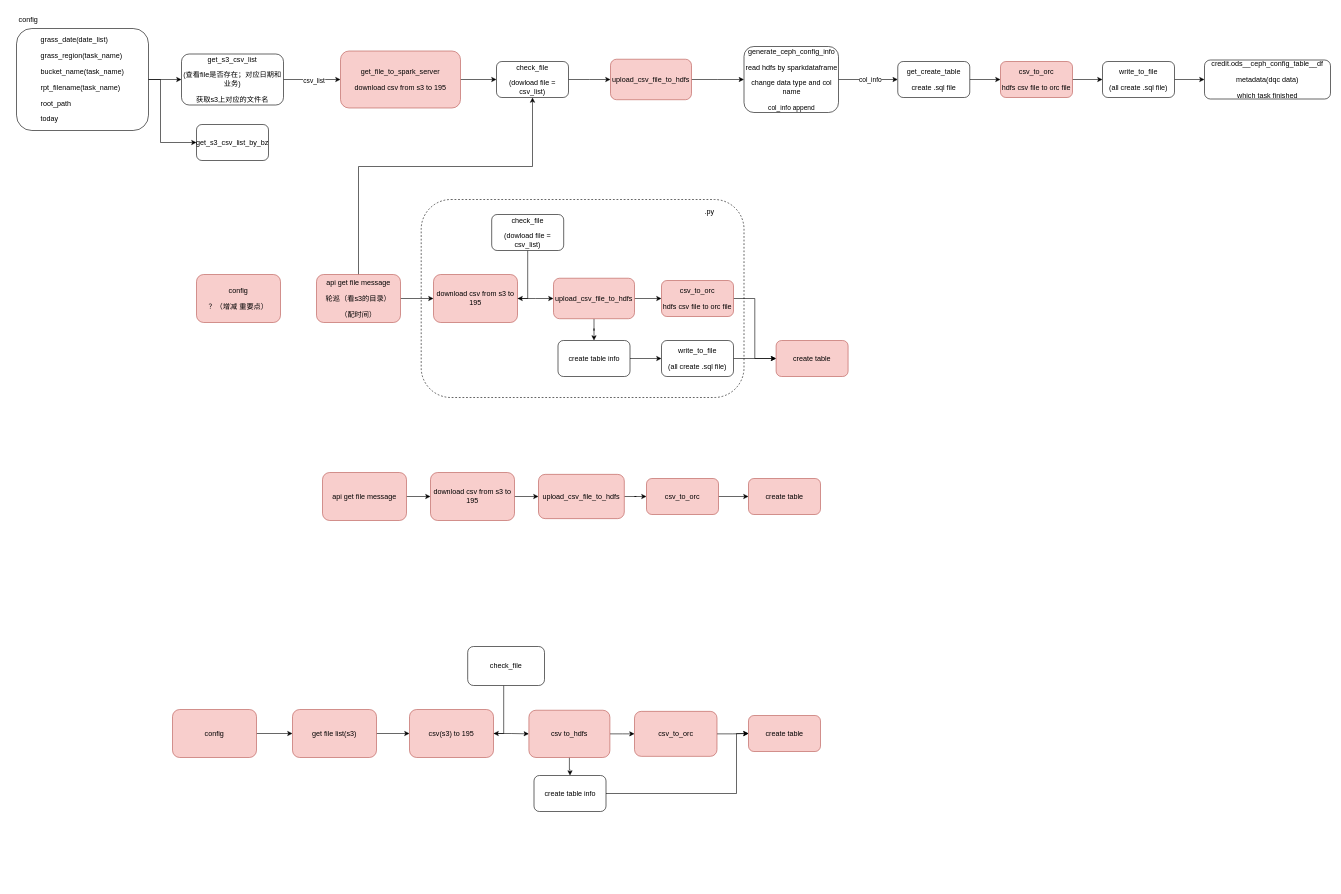
This is s3file.drawio from a490888602/draw, a draw.io file, before an edit. Source tidied: cells renumbered, new cells numbered last; positions are measured from the earlier drawing's top-left corner, leaving out a move shared by most shapes. Both pictures are drawn from the tidied source at 60%, with x=0, y=0 at pixel (10, 10).
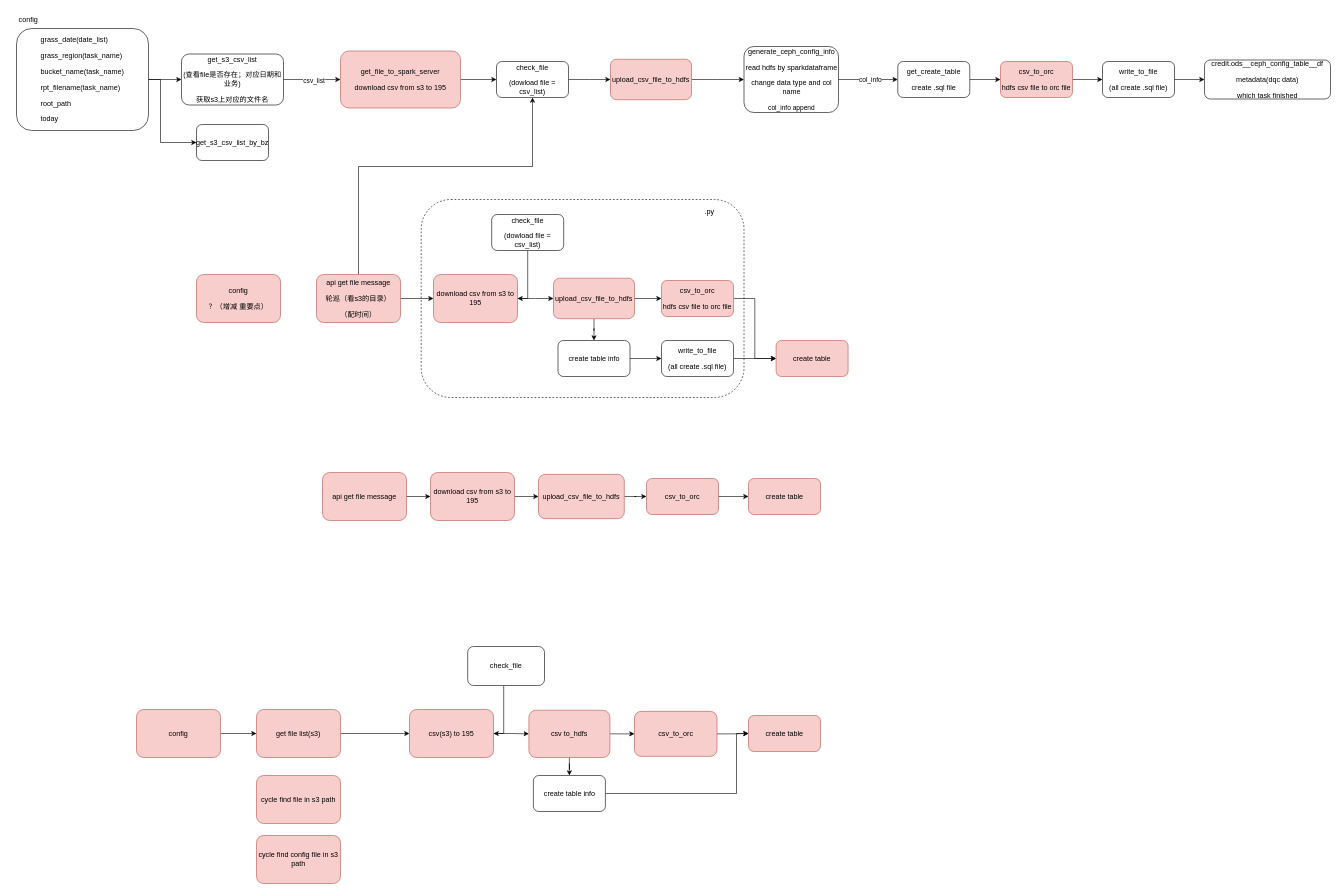
After the change.

What changed in the source:
```diff
@@
     <mxCell id="56" value="create table info" style="whiteSpace=wrap;html=1;rounded=1;" parent="1" vertex="1">
-      <mxGeometry x="872.5" y="1275" width="120" height="60" as="geometry" />
+      <mxGeometry x="871.5" y="1275" width="120" height="60" as="geometry" />
     </mxCell>
@@
     <mxCell id="60" value="&lt;p&gt;config&lt;/p&gt;" style="whiteSpace=wrap;html=1;rounded=1;fillColor=#f8cecc;strokeColor=#b85450;" parent="1" vertex="1">
-      <mxGeometry x="270" y="1165" width="140" height="80" as="geometry" />
+      <mxGeometry x="210" y="1165" width="140" height="80" as="geometry" />
     </mxCell>
@@
     <mxCell id="68" value="&lt;p&gt;get file list(s3)&lt;/p&gt;" style="whiteSpace=wrap;html=1;rounded=1;fillColor=#f8cecc;strokeColor=#b85450;" parent="1" vertex="1">
-      <mxGeometry x="470" y="1165" width="140" height="80" as="geometry" />
+      <mxGeometry x="410" y="1165" width="140" height="80" as="geometry" />
     </mxCell>
@@
+    <mxCell id="71" value="&lt;p&gt;cycle find config file in s3 path&lt;/p&gt;" style="whiteSpace=wrap;html=1;rounded=1;fillColor=#f8cecc;strokeColor=#b85450;" parent="1" vertex="1">
+      <mxGeometry x="410" y="1375" width="140" height="80" as="geometry" />
+    </mxCell>
+    <mxCell id="72" value="&lt;p&gt;cycle find file in s3 path&lt;/p&gt;" style="whiteSpace=wrap;html=1;rounded=1;fillColor=#f8cecc;strokeColor=#b85450;" parent="1" vertex="1">
+      <mxGeometry x="410" y="1275" width="140" height="80" as="geometry" />
+    </mxCell>
```
